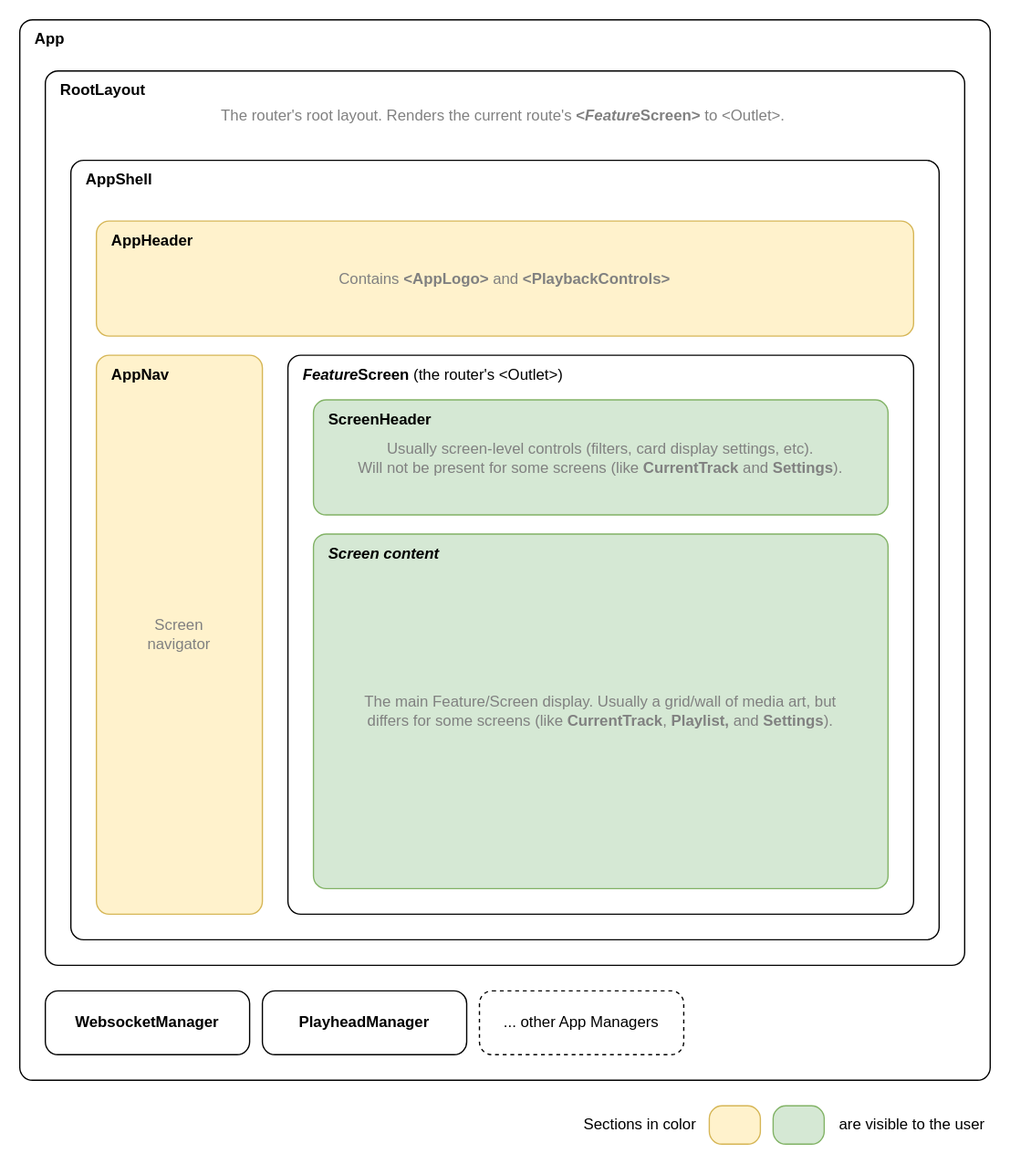
Above: media/vibinui_components.svg in mjoblin/vibinui (draw.io), before the change. Source tidied: cells renumbered, new cells last; positions are measured from the earlier drawing's top-left corner, leaving out a move shared by most shapes.
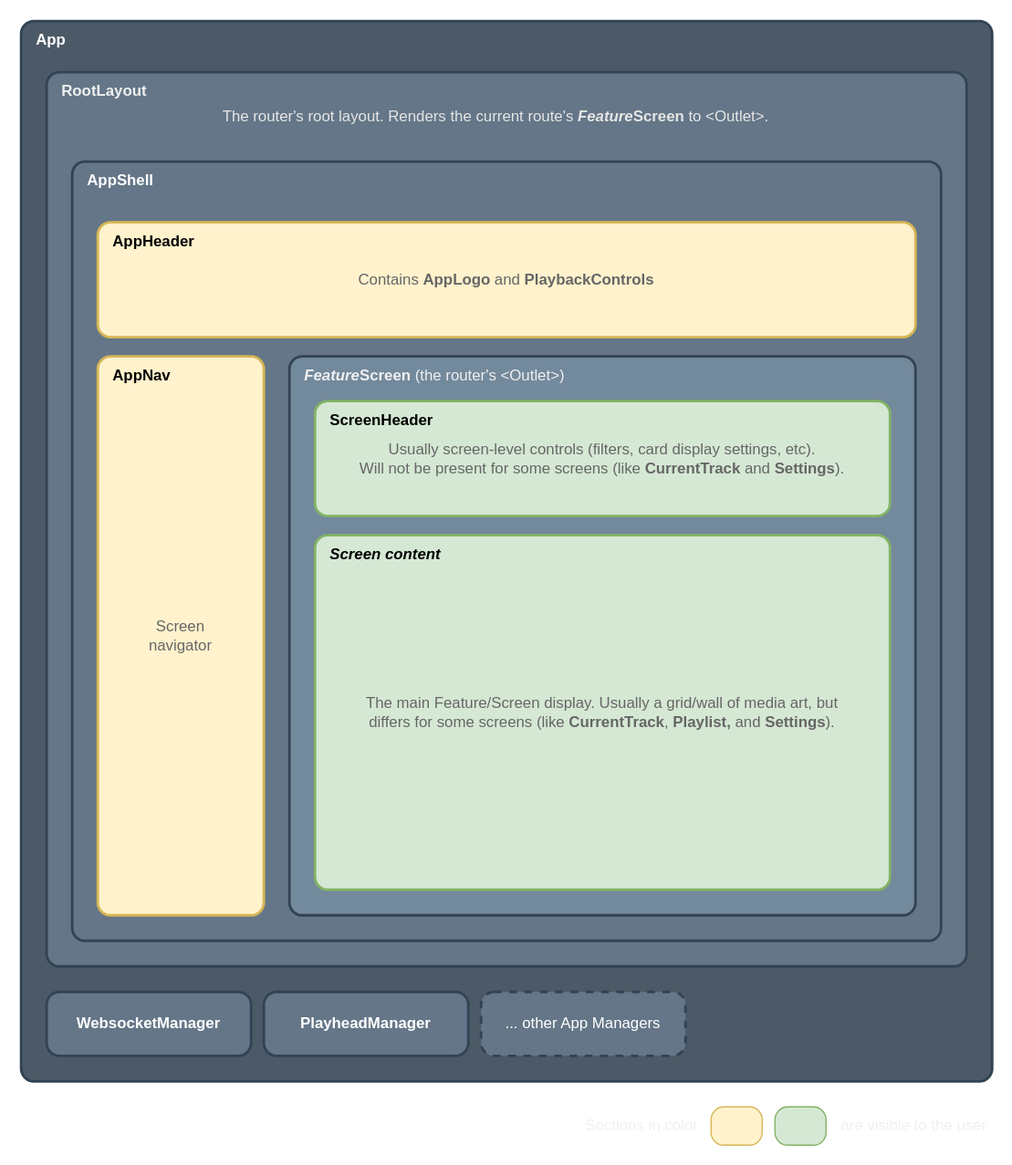
After the commit.

Commit message:
Update README diagrams for dark mode

What changed in the source:
```diff
@@ -2,64 +2,64 @@
   <root>
     <mxCell id="0" />
     <mxCell id="1" parent="0" />
-    <mxCell id="2" style="rounded=1;whiteSpace=wrap;html=1;absoluteArcSize=1;" parent="1" vertex="1">
+    <mxCell id="2" style="rounded=1;whiteSpace=wrap;html=1;absoluteArcSize=1;fillColor=#4C5966;fontColor=#ffffff;strokeColor=#314354;strokeWidth=2;" parent="1" vertex="1">
       <mxGeometry width="760" height="830" as="geometry" />
     </mxCell>
-    <mxCell id="3" style="rounded=1;whiteSpace=wrap;html=1;absoluteArcSize=1;" parent="1" vertex="1">
+    <mxCell id="3" style="rounded=1;whiteSpace=wrap;html=1;absoluteArcSize=1;fillColor=#647687;fontColor=#ffffff;strokeColor=#314354;strokeWidth=2;" parent="1" vertex="1">
       <mxGeometry x="20" y="40" width="720" height="700" as="geometry" />
     </mxCell>
-    <mxCell id="4" style="rounded=1;whiteSpace=wrap;html=1;absoluteArcSize=1;" parent="1" vertex="1">
+    <mxCell id="4" style="rounded=1;whiteSpace=wrap;html=1;absoluteArcSize=1;fillColor=#647687;fontColor=#ffffff;strokeColor=#314354;strokeWidth=2;" parent="1" vertex="1">
       <mxGeometry x="40" y="110" width="680" height="610" as="geometry" />
     </mxCell>
-    <mxCell id="5" value="&lt;font color=&quot;#808080&quot;&gt;Screen&lt;br&gt;navigator&lt;/font&gt;" style="rounded=1;whiteSpace=wrap;html=1;absoluteArcSize=1;fillColor=#fff2cc;strokeColor=#d6b656;" parent="1" vertex="1">
+    <mxCell id="5" value="&lt;font color=&quot;#666666&quot;&gt;Screen&lt;br&gt;navigator&lt;/font&gt;" style="rounded=1;whiteSpace=wrap;html=1;absoluteArcSize=1;fillColor=#fff2cc;strokeColor=#d6b656;strokeWidth=2;" parent="1" vertex="1">
       <mxGeometry x="60" y="262.5" width="130" height="437.5" as="geometry" />
     </mxCell>
-    <mxCell id="6" value="&lt;font color=&quot;#808080&quot;&gt;Contains &lt;b&gt;&amp;lt;AppLogo&amp;gt;&lt;/b&gt; and &lt;b&gt;&amp;lt;PlaybackControls&amp;gt;&lt;/b&gt;&lt;/font&gt;" style="rounded=1;whiteSpace=wrap;html=1;absoluteArcSize=1;fillColor=#fff2cc;strokeColor=#d6b656;" parent="1" vertex="1">
+    <mxCell id="6" value="&lt;font color=&quot;#666666&quot;&gt;Contains &lt;b style=&quot;&quot;&gt;AppLogo&lt;/b&gt;&amp;nbsp;and &lt;b style=&quot;&quot;&gt;PlaybackControls&lt;/b&gt;&lt;/font&gt;" style="rounded=1;whiteSpace=wrap;html=1;absoluteArcSize=1;fillColor=#fff2cc;strokeColor=#d6b656;strokeWidth=2;" parent="1" vertex="1">
       <mxGeometry x="60" y="157.5" width="640" height="90" as="geometry" />
     </mxCell>
-    <mxCell id="7" value="App" style="text;html=1;strokeColor=none;fillColor=none;align=left;verticalAlign=middle;whiteSpace=wrap;rounded=0;fontStyle=1;" parent="1" vertex="1">
+    <mxCell id="7" value="&lt;font color=&quot;#ffffff&quot;&gt;App&lt;/font&gt;" style="text;html=1;strokeColor=none;fillColor=none;align=left;verticalAlign=middle;whiteSpace=wrap;rounded=0;fontStyle=1;" parent="1" vertex="1">
       <mxGeometry x="10" width="60" height="30" as="geometry" />
     </mxCell>
     <mxCell id="8" value="RootLayout" style="text;html=1;strokeColor=none;fillColor=none;align=left;verticalAlign=middle;whiteSpace=wrap;rounded=0;fontStyle=1;" parent="1" vertex="1">
       <mxGeometry x="30" y="40" width="90" height="30" as="geometry" />
     </mxCell>
-    <mxCell id="9" value="AppShell" style="text;html=1;strokeColor=none;fillColor=none;align=left;verticalAlign=middle;whiteSpace=wrap;rounded=0;fontStyle=1;" parent="1" vertex="1">
+    <mxCell id="9" value="&lt;font color=&quot;#ffffff&quot;&gt;AppShell&lt;/font&gt;" style="text;html=1;strokeColor=none;fillColor=none;align=left;verticalAlign=middle;whiteSpace=wrap;rounded=0;fontStyle=1;" parent="1" vertex="1">
       <mxGeometry x="50" y="110" width="80" height="30" as="geometry" />
     </mxCell>
-    <mxCell id="10" style="rounded=1;whiteSpace=wrap;html=1;absoluteArcSize=1;" parent="1" vertex="1">
+    <mxCell id="10" style="rounded=1;whiteSpace=wrap;html=1;absoluteArcSize=1;fillColor=#73899C;fontColor=#ffffff;strokeColor=#314354;strokeWidth=2;" parent="1" vertex="1">
       <mxGeometry x="210" y="262.5" width="490" height="437.5" as="geometry" />
     </mxCell>
-    <mxCell id="11" value="&lt;font color=&quot;#808080&quot;&gt;Usually screen-level controls (filters, card display settings, etc).&lt;br&gt;Will not be present for some screens (like &lt;b&gt;CurrentTrack&lt;/b&gt; and&amp;nbsp;&lt;b&gt;Settings&lt;/b&gt;).&lt;/font&gt;" style="rounded=1;whiteSpace=wrap;html=1;absoluteArcSize=1;fillColor=#d5e8d4;strokeColor=#82b366;spacingLeft=0;spacing=2;" parent="1" vertex="1">
+    <mxCell id="11" value="&lt;font color=&quot;#666666&quot;&gt;Usually screen-level controls (filters, card display settings, etc).&lt;br&gt;Will not be present for some screens (like &lt;b style=&quot;&quot;&gt;CurrentTrack&lt;/b&gt; and&amp;nbsp;&lt;b style=&quot;&quot;&gt;Settings&lt;/b&gt;).&lt;/font&gt;" style="rounded=1;whiteSpace=wrap;html=1;absoluteArcSize=1;fillColor=#d5e8d4;strokeColor=#82b366;spacingLeft=0;spacing=2;strokeWidth=2;" parent="1" vertex="1">
       <mxGeometry x="230" y="297.5" width="450" height="90" as="geometry" />
     </mxCell>
-    <mxCell id="12" value="&lt;font color=&quot;#808080&quot;&gt;The main Feature/Screen display. Usually a grid/wall of media art, but&lt;br&gt;differs for some screens (like &lt;b&gt;CurrentTrack&lt;/b&gt;,&amp;nbsp;&lt;b&gt;Playlist,&lt;/b&gt; and &lt;b&gt;Settings&lt;/b&gt;).&lt;/font&gt;" style="rounded=1;whiteSpace=wrap;html=1;absoluteArcSize=1;fillColor=#d5e8d4;strokeColor=#82b366;" parent="1" vertex="1">
+    <mxCell id="12" value="&lt;font color=&quot;#666666&quot;&gt;The main Feature/Screen display. Usually a grid/wall of media art, but&lt;br&gt;differs for some screens (like &lt;b style=&quot;&quot;&gt;CurrentTrack&lt;/b&gt;,&amp;nbsp;&lt;b style=&quot;&quot;&gt;Playlist,&lt;/b&gt; and &lt;b style=&quot;&quot;&gt;Settings&lt;/b&gt;).&lt;/font&gt;" style="rounded=1;whiteSpace=wrap;html=1;absoluteArcSize=1;fillColor=#d5e8d4;strokeColor=#82b366;strokeWidth=2;" parent="1" vertex="1">
       <mxGeometry x="230" y="402.5" width="450" height="277.5" as="geometry" />
     </mxCell>
-    <mxCell id="13" value="AppHeader" style="text;html=1;strokeColor=none;fillColor=none;align=left;verticalAlign=middle;whiteSpace=wrap;rounded=0;fontStyle=1;" parent="1" vertex="1">
+    <mxCell id="13" value="&lt;font color=&quot;#000000&quot;&gt;AppHeader&lt;/font&gt;" style="text;html=1;strokeColor=none;fillColor=none;align=left;verticalAlign=middle;whiteSpace=wrap;rounded=0;fontStyle=1;" parent="1" vertex="1">
       <mxGeometry x="70" y="157.5" width="80" height="30" as="geometry" />
     </mxCell>
-    <mxCell id="14" value="AppNav" style="text;html=1;strokeColor=none;fillColor=none;align=left;verticalAlign=middle;whiteSpace=wrap;rounded=0;fontStyle=1;" parent="1" vertex="1">
+    <mxCell id="14" value="&lt;font color=&quot;#000000&quot;&gt;AppNav&lt;/font&gt;" style="text;html=1;strokeColor=none;fillColor=none;align=left;verticalAlign=middle;whiteSpace=wrap;rounded=0;fontStyle=1;" parent="1" vertex="1">
       <mxGeometry x="70" y="262.5" width="80" height="30" as="geometry" />
     </mxCell>
     <mxCell id="15" value="&lt;b&gt;&lt;i&gt;Feature&lt;/i&gt;Screen&lt;/b&gt;&amp;nbsp;(the router's &amp;lt;Outlet&amp;gt;)" style="text;html=1;strokeColor=none;fillColor=none;align=left;verticalAlign=middle;whiteSpace=wrap;rounded=0;" parent="1" vertex="1">
       <mxGeometry x="220" y="262.5" width="210" height="30" as="geometry" />
     </mxCell>
-    <mxCell id="16" value="ScreenHeader" style="text;html=1;strokeColor=none;fillColor=none;align=left;verticalAlign=middle;whiteSpace=wrap;rounded=0;fontStyle=1;" parent="1" vertex="1">
+    <mxCell id="16" value="&lt;font color=&quot;#000000&quot;&gt;ScreenHeader&lt;/font&gt;" style="text;html=1;strokeColor=none;fillColor=none;align=left;verticalAlign=middle;whiteSpace=wrap;rounded=0;fontStyle=1;" parent="1" vertex="1">
       <mxGeometry x="240" y="297.5" width="130" height="30" as="geometry" />
     </mxCell>
-    <mxCell id="17" value="&lt;i&gt;Screen content&lt;/i&gt;" style="text;html=1;strokeColor=none;fillColor=none;align=left;verticalAlign=middle;whiteSpace=wrap;rounded=0;fontStyle=1;" parent="1" vertex="1">
+    <mxCell id="17" value="&lt;i&gt;&lt;font color=&quot;#000000&quot;&gt;Screen content&lt;/font&gt;&lt;/i&gt;" style="text;html=1;strokeColor=none;fillColor=none;align=left;verticalAlign=middle;whiteSpace=wrap;rounded=0;fontStyle=1;" parent="1" vertex="1">
       <mxGeometry x="240" y="402.5" width="130" height="30" as="geometry" />
     </mxCell>
-    <mxCell id="18" value="&lt;font color=&quot;#808080&quot;&gt;The router's root layout. Renders the current route's&amp;nbsp;&lt;b&gt;&amp;lt;&lt;i&gt;Feature&lt;/i&gt;Screen&amp;gt;&lt;/b&gt;&amp;nbsp;to &amp;lt;Outlet&amp;gt;.&lt;/font&gt;" style="text;html=1;strokeColor=none;fillColor=none;align=left;verticalAlign=middle;whiteSpace=wrap;rounded=0;" parent="1" vertex="1">
+    <mxCell id="18" value="&lt;font color=&quot;#e6e6e6&quot;&gt;The router's root layout. Renders the current route's&amp;nbsp;&lt;b style=&quot;&quot;&gt;&lt;i&gt;Feature&lt;/i&gt;Screen&lt;/b&gt;&amp;nbsp;to &amp;lt;Outlet&amp;gt;.&lt;/font&gt;" style="text;html=1;strokeColor=none;fillColor=none;align=left;verticalAlign=middle;whiteSpace=wrap;rounded=0;" parent="1" vertex="1">
       <mxGeometry x="156.2" y="60" width="447.5" height="30" as="geometry" />
     </mxCell>
-    <mxCell id="19" value="&lt;b&gt;WebsocketManager&lt;/b&gt;" style="rounded=1;whiteSpace=wrap;html=1;absoluteArcSize=1;" parent="1" vertex="1">
+    <mxCell id="19" value="&lt;b&gt;WebsocketManager&lt;/b&gt;" style="rounded=1;whiteSpace=wrap;html=1;absoluteArcSize=1;fillColor=#647687;fontColor=#ffffff;strokeColor=#314354;strokeWidth=2;" parent="1" vertex="1">
       <mxGeometry x="20" y="760" width="160" height="50" as="geometry" />
     </mxCell>
-    <mxCell id="20" value="&lt;b&gt;PlayheadManager&lt;/b&gt;" style="rounded=1;whiteSpace=wrap;html=1;absoluteArcSize=1;" parent="1" vertex="1">
+    <mxCell id="20" value="&lt;b&gt;PlayheadManager&lt;/b&gt;" style="rounded=1;whiteSpace=wrap;html=1;absoluteArcSize=1;fillColor=#647687;fontColor=#ffffff;strokeColor=#314354;strokeWidth=2;" parent="1" vertex="1">
       <mxGeometry x="190" y="760" width="160" height="50" as="geometry" />
     </mxCell>
-    <mxCell id="21" value="... other App Managers" style="rounded=1;whiteSpace=wrap;html=1;absoluteArcSize=1;dashed=1;" parent="1" vertex="1">
+    <mxCell id="21" value="... other App Managers" style="rounded=1;whiteSpace=wrap;html=1;absoluteArcSize=1;dashed=1;fillColor=#647687;fontColor=#ffffff;strokeColor=#314354;strokeWidth=2;" parent="1" vertex="1">
       <mxGeometry x="360" y="760" width="160" height="50" as="geometry" />
     </mxCell>
     <mxCell id="22" value="Sections in color" style="text;html=1;strokeColor=none;fillColor=none;align=left;verticalAlign=middle;whiteSpace=wrap;rounded=0;" parent="1" vertex="1">
```
